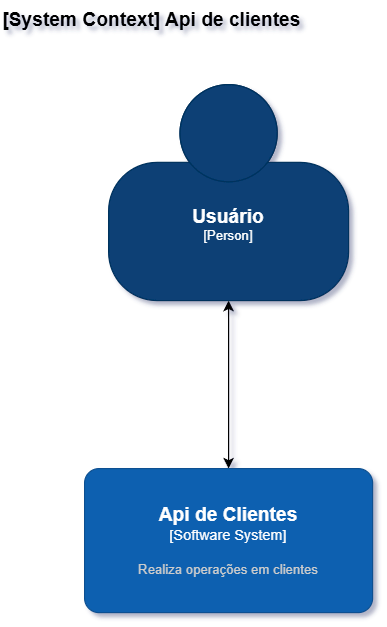
ViniciusHerculano/ASF-XPE-DesafioFinal keeps this draw.io diagram as src/Diagramas/Diagramas exportados em imagem/System Context.drawio.png. Above is the earlier version. Source tidied: cells renumbered, new cells last; positions are measured from the earlier drawing's top-left corner, leaving out a move shared by most shapes.
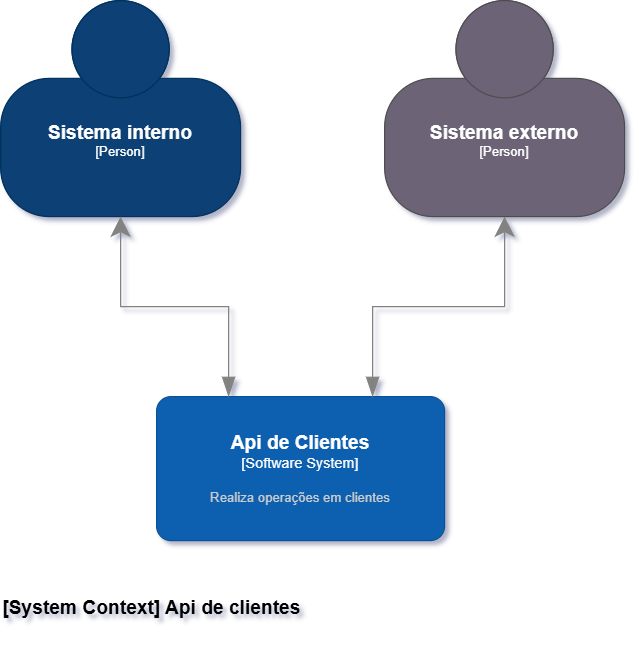
Later version of the same file.

Commit message:
Atualizado diagramas

What changed in the source:
```diff
@@ -2,23 +2,35 @@
   <root>
     <mxCell id="0" />
     <mxCell id="1" parent="0" />
-    <mxCell id="2" style="edgeStyle=orthogonalEdgeStyle;rounded=0;jettySize=auto;html=1;startArrow=classic;startFill=1;" parent="1" edge="1" source="3" target="4">
-      <mxGeometry relative="1" as="geometry" />
-    </mxCell>
+    <object id="2" label="&lt;font style=&quot;font-size: 16px&quot;&gt;&lt;b&gt;%c4Name%&lt;/b&gt;&lt;/font&gt;&lt;div&gt;[%c4Type%]&lt;/div&gt;&lt;br&gt;&lt;div&gt;&lt;font style=&quot;font-size: 11px&quot;&gt;&lt;font color=&quot;#cccccc&quot;&gt;%c4Description%&lt;/font&gt;&lt;/div&gt;" c4Description="Realiza operações em clientes" c4Name="Api de Clientes" c4Type="Software System" placeholders="1">
+      <mxCell style="rounded=1;whiteSpace=wrap;html=1;labelBackgroundColor=none;fillColor=#1061B0;fontColor=#ffffff;align=center;arcSize=10;strokeColor=#0D5091;points=[[0.25,0,0],[0.5,0,0],[0.75,0,0],[1,0.25,0],[1,0.5,0],[1,0.75,0],[0.75,1,0],[0.5,1,0],[0.25,1,0],[0,0.75,0],[0,0.5,0],[0,0.25,0]];" parent="1" vertex="1">
+        <mxGeometry x="130" y="410" width="240" height="120" as="geometry" />
+      </mxCell>
+    </object>
-    <object id="3" label="&lt;font style=&quot;font-size: 16px&quot;&gt;&lt;b&gt;%c4Name%&lt;/b&gt;&lt;/font&gt;&lt;div&gt;[%c4Type%]&lt;/div&gt;&lt;br&gt;&lt;div&gt;&lt;font style=&quot;font-size: 11px&quot;&gt;&lt;font color=&quot;#cccccc&quot;&gt;%c4Description%&lt;/font&gt;&lt;/div&gt;" c4Description="" c4Name="Usuário" c4Type="Person" placeholders="1">
-      <mxCell style="html=1;fontSize=11;dashed=0;whiteSpace=wrap;fillColor=#083F75;strokeColor=#06315C;fontColor=#ffffff;shape=mxgraph.c4.person2;align=center;points=[[0.5,0,0],[1,0.5,0],[1,0.75,0],[0.75,1,0],[0.5,1,0],[0.25,1,0],[0,0.75,0],[0,0.5,0]];" parent="1" vertex="1">
-        <mxGeometry x="90" y="70" width="200" height="180" as="geometry" />
+    <object id="3" label="&lt;font style=&quot;font-size: 16px&quot;&gt;&lt;b&gt;&lt;div style=&quot;text-align: left&quot;&gt;%c4Name%&lt;/div&gt;&lt;/b&gt;&lt;/font&gt;&lt;div style=&quot;text-align: left&quot;&gt;%c4Description%&lt;/div&gt;" c4Description="" c4Name="[System Context] Api de clientes" c4Type="ContainerScopeBoundary" placeholders="1">
+      <mxCell style="text;html=1;strokeColor=none;fillColor=none;align=left;verticalAlign=top;whiteSpace=wrap;rounded=0;points=[[0.25,0,0],[0.5,0,0],[0.75,0,0],[1,0.25,0],[1,0.5,0],[1,0.75,0],[0.75,1,0],[0.5,1,0],[0.25,1,0],[0,0.75,0],[0,0.5,0],[0,0.25,0]];" parent="1" vertex="1">
+        <mxGeometry y="570" width="260" height="40" as="geometry" />
       </mxCell>
     </object>
-    <object id="4" label="&lt;font style=&quot;font-size: 16px&quot;&gt;&lt;b&gt;%c4Name%&lt;/b&gt;&lt;/font&gt;&lt;div&gt;[%c4Type%]&lt;/div&gt;&lt;br&gt;&lt;div&gt;&lt;font style=&quot;font-size: 11px&quot;&gt;&lt;font color=&quot;#cccccc&quot;&gt;%c4Description%&lt;/font&gt;&lt;/div&gt;" c4Description="Realiza operações em clientes" c4Name="Api de Clientes" c4Type="Software System" placeholders="1">
-      <mxCell style="rounded=1;whiteSpace=wrap;html=1;labelBackgroundColor=none;fillColor=#1061B0;fontColor=#ffffff;align=center;arcSize=10;strokeColor=#0D5091;points=[[0.25,0,0],[0.5,0,0],[0.75,0,0],[1,0.25,0],[1,0.5,0],[1,0.75,0],[0.75,1,0],[0.5,1,0],[0.25,1,0],[0,0.75,0],[0,0.5,0],[0,0.25,0]];" parent="1" vertex="1">
-        <mxGeometry x="70" y="390" width="240" height="120" as="geometry" />
+    <object id="4" label="&lt;font style=&quot;font-size: 16px&quot;&gt;&lt;b&gt;%c4Name%&lt;/b&gt;&lt;/font&gt;&lt;div&gt;[%c4Type%]&lt;/div&gt;&lt;br&gt;&lt;div&gt;&lt;font style=&quot;font-size: 11px&quot;&gt;&lt;font color=&quot;#cccccc&quot;&gt;%c4Description%&lt;/font&gt;&lt;/div&gt;" c4Description="" c4Name="Sistema interno" c4Type="Person" placeholders="1">
+      <mxCell style="html=1;fontSize=11;dashed=0;whiteSpace=wrap;fillColor=#083F75;strokeColor=#06315C;fontColor=#ffffff;shape=mxgraph.c4.person2;align=center;points=[[0.5,0,0],[1,0.5,0],[1,0.75,0],[0.75,1,0],[0.5,1,0],[0.25,1,0],[0,0.75,0],[0,0.5,0]];" parent="1" vertex="1">
+        <mxGeometry y="80" width="200" height="180" as="geometry" />
       </mxCell>
     </object>
-    <object id="5" label="&lt;font style=&quot;font-size: 16px&quot;&gt;&lt;b&gt;&lt;div style=&quot;text-align: left&quot;&gt;%c4Name%&lt;/div&gt;&lt;/b&gt;&lt;/font&gt;&lt;div style=&quot;text-align: left&quot;&gt;%c4Description%&lt;/div&gt;" c4Description="" c4Name="[System Context] Api de clientes" c4Type="ContainerScopeBoundary" placeholders="1">
-      <mxCell style="text;html=1;strokeColor=none;fillColor=none;align=left;verticalAlign=top;whiteSpace=wrap;rounded=0;" parent="1" vertex="1">
-        <mxGeometry width="260" height="40" as="geometry" />
+    <object id="5" label="" c4Type="Relationship" placeholders="1">
+      <mxCell style="endArrow=blockThin;html=1;fontSize=10;fontColor=#404040;strokeWidth=1;endFill=1;strokeColor=#828282;elbow=vertical;endSize=14;startSize=14;jumpStyle=arc;jumpSize=16;rounded=0;edgeStyle=orthogonalEdgeStyle;exitX=0.5;exitY=1;exitDx=0;exitDy=0;exitPerimeter=0;entryX=0.25;entryY=0;entryDx=0;entryDy=0;entryPerimeter=0;startArrow=classic;startFill=1;" parent="1" edge="1" source="4" target="2">
+        <mxGeometry relative="1" as="geometry" />
       </mxCell>
     </object>
+    <object id="6" label="" c4Type="Relationship" placeholders="1">
+      <mxCell style="endArrow=blockThin;html=1;fontSize=10;fontColor=#404040;strokeWidth=1;endFill=1;strokeColor=#828282;elbow=vertical;endSize=14;startSize=14;jumpStyle=arc;jumpSize=16;rounded=0;edgeStyle=orthogonalEdgeStyle;exitX=0.5;exitY=1;exitDx=0;exitDy=0;exitPerimeter=0;entryX=0.75;entryY=0;entryDx=0;entryDy=0;entryPerimeter=0;startArrow=classic;startFill=1;" parent="1" edge="1" source="7" target="2">
+        <mxGeometry relative="1" as="geometry" />
+      </mxCell>
+    </object>
+    <object id="7" label="&lt;font style=&quot;font-size: 16px&quot;&gt;&lt;b&gt;%c4Name%&lt;/b&gt;&lt;/font&gt;&lt;div&gt;[%c4Type%]&lt;/div&gt;&lt;br&gt;&lt;div&gt;&lt;font style=&quot;font-size: 11px&quot;&gt;&lt;font color=&quot;#cccccc&quot;&gt;%c4Description%&lt;/font&gt;&lt;/div&gt;" c4Description="" c4Name="Sistema externo" c4Type="Person" placeholders="1">
+      <mxCell style="html=1;fontSize=11;dashed=0;whiteSpace=wrap;fillColor=#6C6477;strokeColor=#4D4D4D;fontColor=#ffffff;shape=mxgraph.c4.person2;align=center;points=[[0.5,0,0],[1,0.5,0],[1,0.75,0],[0.75,1,0],[0.5,1,0],[0.25,1,0],[0,0.75,0],[0,0.5,0]];" parent="1" vertex="1">
+        <mxGeometry x="320" y="80" width="200" height="180" as="geometry" />
+      </mxCell>
+    </object>
   </root>
 </mxGraphModel>
```
